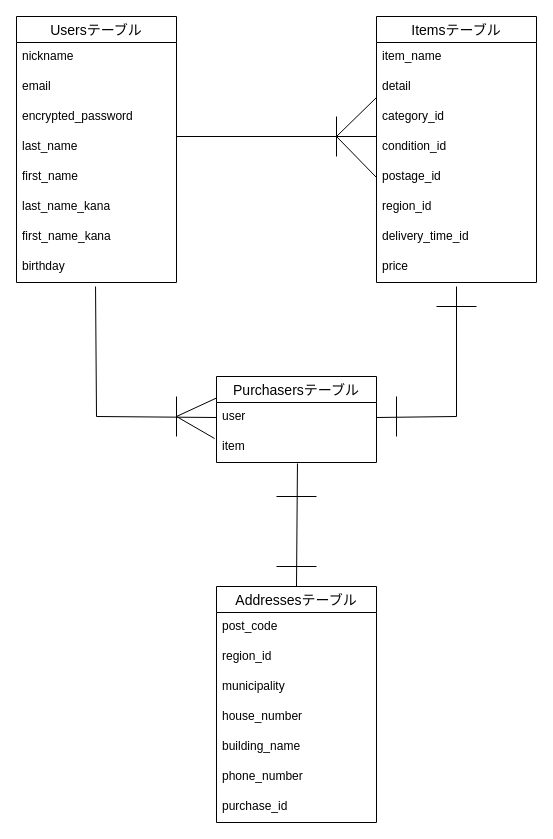
The draw.io diagram app/test.dio in techcamp-kawamata/furima-40315, before the edit. Source tidied: cells renumbered, new cells numbered last; positions are measured from the earlier drawing's top-left corner, leaving out a move shared by most shapes. Both pictures are drawn from the tidied source at 100%, with x=0, y=0 at pixel (16, 16).
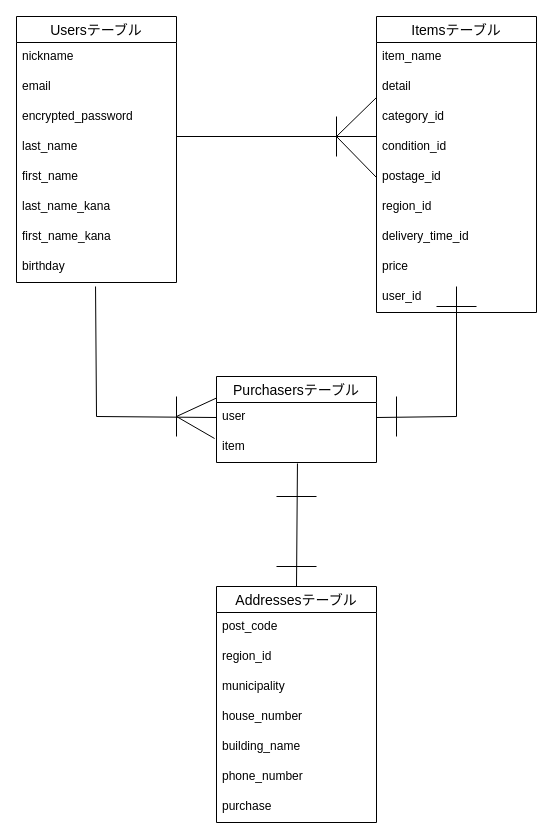
The same page after the edit.

Commit message (it also covers changes not shown here):
ご指摘いただいた箇所の修正

The change refers to these unchanged cells:
```xml
<mxCell id="23" value="Addressesテーブル" style="swimlane;fontStyle=0;horizontal=1;startSize=26;align=center;fontSize=14;" parent="1" vertex="1">
  <mxGeometry x="200" y="570" width="160" height="236" as="geometry" />
</mxCell>
```

Diff of the diagram source:
```diff
@@
     <mxCell id="11" value="Itemsテーブル" style="swimlane;fontStyle=0;horizontal=1;startSize=26;align=center;fontSize=14;" parent="1" vertex="1">
-      <mxGeometry x="360" width="160" height="266" as="geometry" />
+      <mxGeometry x="360" width="160" height="296" as="geometry" />
     </mxCell>
@@
+    <mxCell id="46" value="user_id" style="text;strokeColor=none;fillColor=none;spacingLeft=4;spacingRight=4;overflow=hidden;fontSize=12;" parent="11" vertex="1">
+      <mxGeometry y="266" width="160" height="30" as="geometry" />
+    </mxCell>
@@
-    <mxCell id="30" value="purchase_id" style="text;strokeColor=none;fillColor=none;spacingLeft=4;spacingRight=4;overflow=hidden;fontSize=12;" parent="23" vertex="1">
+    <mxCell id="30" value="purchase" style="text;strokeColor=none;fillColor=none;spacingLeft=4;spacingRight=4;overflow=hidden;fontSize=12;" parent="23" vertex="1">
       <mxGeometry y="206" width="160" height="30" as="geometry" />
     </mxCell>
```
